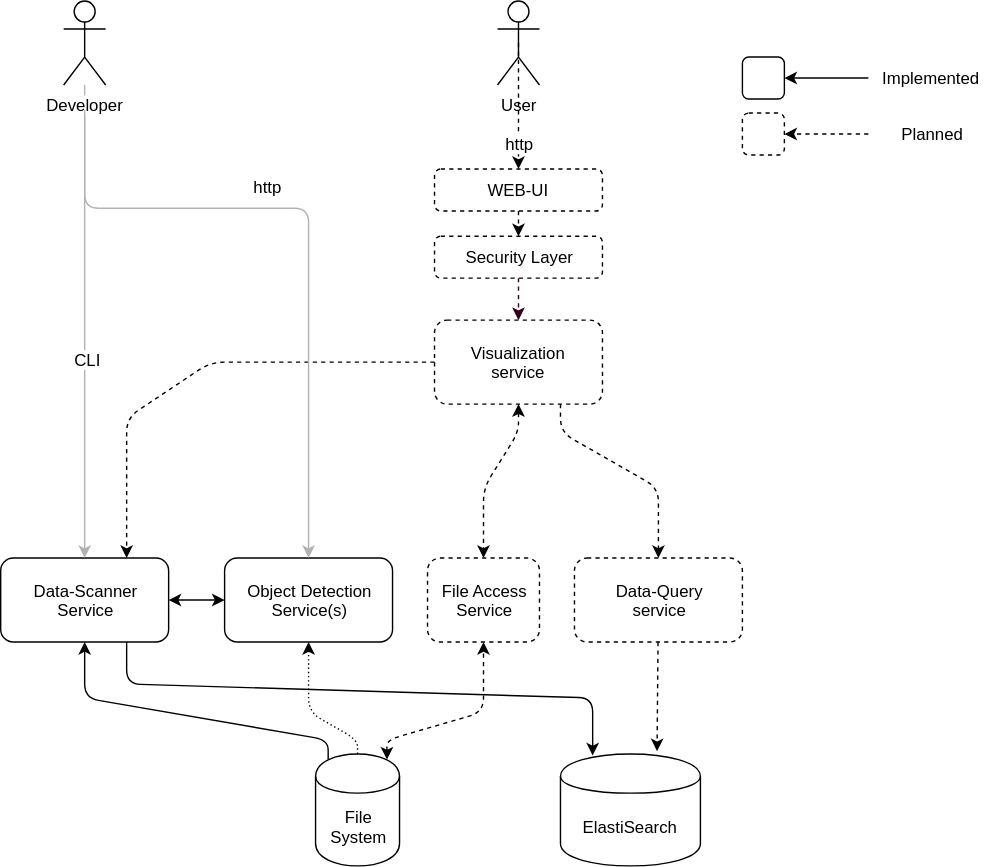
This is docs/architecture-01.svg from jveverka/data-lab, a draw.io export, as it was before one commit. Source tidied: cells renumbered, new cells last; positions are measured from the earlier drawing's top-left corner, leaving out a move shared by most shapes.
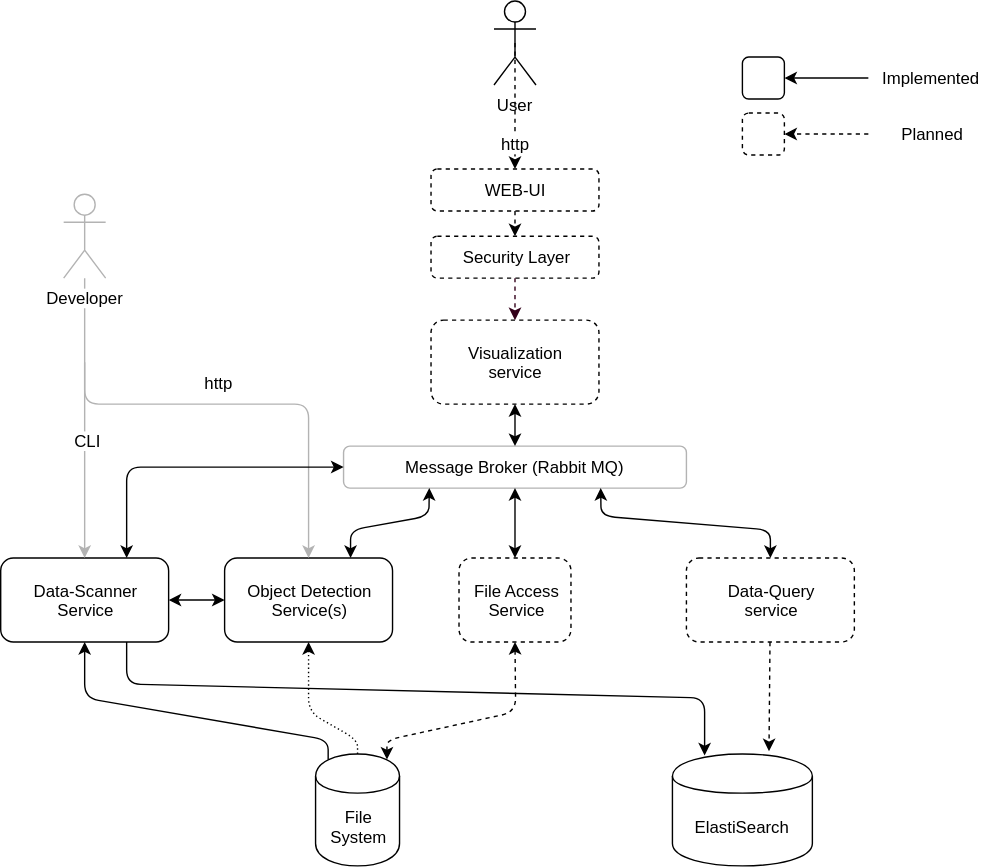
The same diagram one commit later.

Diff of the diagram source:
```diff
@@ -17,13 +17,13 @@
       </mxGeometry>
     </mxCell>
     <mxCell id="5" value="ElastiSearch" style="shape=cylinder;whiteSpace=wrap;html=1;boundedLbl=1;backgroundOutline=1;" parent="1" vertex="1">
-      <mxGeometry x="400" y="538" width="100" height="80" as="geometry" />
+      <mxGeometry x="480" y="538" width="100" height="80" as="geometry" />
     </mxCell>
     <mxCell id="6" style="endArrow=classic;html=1;entryX=0.23;entryY=0.013;entryDx=0;entryDy=0;exitX=0.75;exitY=1;exitDx=0;exitDy=0;entryPerimeter=0;" parent="1" edge="1" source="2" target="5">
       <mxGeometry relative="1" as="geometry">
         <Array as="points">
           <mxPoint x="90" y="488" />
-          <mxPoint x="423" y="498" />
+          <mxPoint x="503" y="498" />
         </Array>
       </mxGeometry>
     </mxCell>
@@ -33,38 +33,30 @@
     <mxCell id="8" value="CLI" style="text;html=1;align=center;verticalAlign=middle;labelBackgroundColor=#ffffff;" parent="7" vertex="1">
       <mxGeometry x="0.15" y="2" relative="1" as="geometry" />
     </mxCell>
-    <mxCell id="9" value="Developer" style="shape=umlActor;verticalLabelPosition=bottom;labelBackgroundColor=#ffffff;verticalAlign=top;html=1;outlineConnect=0;" parent="1" vertex="1">
-      <mxGeometry x="45" width="30" height="60" as="geometry" />
+    <mxCell id="9" value="Developer" style="shape=umlActor;verticalLabelPosition=bottom;labelBackgroundColor=#ffffff;verticalAlign=top;html=1;outlineConnect=0;strokeColor=#B3B3B3;" parent="1" vertex="1">
+      <mxGeometry x="45" y="138" width="30" height="60" as="geometry" />
     </mxCell>
     <mxCell id="10" value="Data-Query&lt;br&gt;service" style="rounded=1;whiteSpace=wrap;html=1;dashed=1;" parent="1" vertex="1">
-      <mxGeometry x="410" y="398" width="120" height="60" as="geometry" />
+      <mxGeometry x="490" y="398" width="120" height="60" as="geometry" />
     </mxCell>
     <mxCell id="11" style="endArrow=classic;html=1;entryX=0.69;entryY=-0.025;entryDx=0;entryDy=0;entryPerimeter=0;dashed=1;" parent="1" edge="1" source="10" target="5">
       <mxGeometry relative="1" as="geometry" />
     </mxCell>
     <mxCell id="12" value="Visualization&lt;br&gt;service" style="rounded=1;whiteSpace=wrap;html=1;dashed=1;" parent="1" vertex="1">
-      <mxGeometry x="310" y="228" width="120" height="60" as="geometry" />
+      <mxGeometry x="307.5" y="228" width="120" height="60" as="geometry" />
     </mxCell>
-    <mxCell id="13" style="endArrow=classic;html=1;exitX=0.75;exitY=1;exitDx=0;exitDy=0;entryX=0.5;entryY=0;entryDx=0;entryDy=0;dashed=1;" parent="1" edge="1" source="12" target="10">
-      <mxGeometry relative="1" as="geometry">
-        <Array as="points">
-          <mxPoint x="400" y="308" />
-          <mxPoint x="470" y="348" />
-        </Array>
-      </mxGeometry>
-    </mxCell>
     <mxCell id="14" value="Object Detection&lt;br&gt;Service(s)" style="rounded=1;whiteSpace=wrap;html=1;" parent="1" vertex="1">
       <mxGeometry x="160" y="398" width="120" height="60" as="geometry" />
     </mxCell>
     <mxCell id="15" value="User" style="shape=umlActor;verticalLabelPosition=bottom;labelBackgroundColor=#ffffff;verticalAlign=top;html=1;" parent="1" vertex="1">
-      <mxGeometry x="355" width="30" height="60" as="geometry" />
+      <mxGeometry x="352.5" width="30" height="60" as="geometry" />
     </mxCell>
     <mxCell id="16" value="WEB-UI" style="rounded=1;whiteSpace=wrap;html=1;dashed=1;" parent="1" vertex="1">
-      <mxGeometry x="310" y="120" width="120" height="30" as="geometry" />
+      <mxGeometry x="307.5" y="120" width="120" height="30" as="geometry" />
     </mxCell>
     <mxCell id="17" style="endArrow=classic;html=1;entryX=0.5;entryY=0;entryDx=0;entryDy=0;dashed=1;" parent="1" edge="1" target="16">
       <mxGeometry relative="1" as="geometry">
-        <mxPoint x="370" y="30" as="sourcePoint" />
+        <mxPoint x="367.5" y="30" as="sourcePoint" />
       </mxGeometry>
     </mxCell>
     <mxCell id="18" value="http" style="text;html=1;align=center;verticalAlign=middle;labelBackgroundColor=#ffffff;" parent="17" vertex="1">
@@ -81,23 +73,15 @@
         </Array>
       </mxGeometry>
     </mxCell>
-    <mxCell id="21" style="endArrow=classic;html=1;entryX=0.75;entryY=0;entryDx=0;entryDy=0;exitX=0;exitY=0.5;exitDx=0;exitDy=0;dashed=1;" parent="1" edge="1" source="12" target="2">
-      <mxGeometry relative="1" as="geometry">
-        <Array as="points">
-          <mxPoint x="150" y="258" />
-          <mxPoint x="90" y="298" />
-        </Array>
-      </mxGeometry>
-    </mxCell>
     <mxCell id="22" style="endArrow=classic;html=1;entryX=1;entryY=0.5;entryDx=0;entryDy=0;exitX=0;exitY=0.5;exitDx=0;exitDy=0;startArrow=classic;startFill=1;" parent="1" edge="1" source="14" target="2">
       <mxGeometry relative="1" as="geometry" />
     </mxCell>
     <mxCell id="23" style="endArrow=classic;html=1;entryX=0.5;entryY=0;entryDx=0;entryDy=0;strokeColor=#B3B3B3;" parent="1" edge="1" target="14">
       <mxGeometry relative="1" as="geometry">
-        <mxPoint x="60" y="78" as="sourcePoint" />
+        <mxPoint x="60" y="258" as="sourcePoint" />
         <Array as="points">
-          <mxPoint x="60" y="148" />
-          <mxPoint x="220" y="148" />
+          <mxPoint x="60" y="288" />
+          <mxPoint x="220" y="288" />
         </Array>
       </mxGeometry>
     </mxCell>
@@ -129,29 +113,53 @@
       <mxGeometry x="620" y="85" width="90" height="20" as="geometry" />
     </mxCell>
     <mxCell id="31" value="File Access&lt;br&gt;Service" style="rounded=1;whiteSpace=wrap;html=1;dashed=1;" parent="1" vertex="1">
-      <mxGeometry x="305" y="398" width="80" height="60" as="geometry" />
+      <mxGeometry x="327.5" y="398" width="80" height="60" as="geometry" />
     </mxCell>
-    <mxCell id="32" style="endArrow=classic;html=1;exitX=0.5;exitY=1;exitDx=0;exitDy=0;entryX=0.5;entryY=0;entryDx=0;entryDy=0;startArrow=classic;startFill=1;dashed=1;" parent="1" edge="1" source="12" target="31">
-      <mxGeometry relative="1" as="geometry">
-        <Array as="points">
-          <mxPoint x="370" y="308" />
-          <mxPoint x="345" y="348" />
-        </Array>
-      </mxGeometry>
-    </mxCell>
     <mxCell id="33" style="endArrow=classic;html=1;dashed=1;entryX=0.5;entryY=1;entryDx=0;entryDy=0;exitX=0.85;exitY=0.05;exitDx=0;exitDy=0;exitPerimeter=0;startArrow=classic;startFill=1;" parent="1" edge="1" source="3" target="31">
       <mxGeometry relative="1" as="geometry">
         <Array as="points">
           <mxPoint x="276" y="528" />
-          <mxPoint x="345" y="508" />
+          <mxPoint x="368" y="508" />
         </Array>
       </mxGeometry>
     </mxCell>
     <mxCell id="34" value="Security Layer" style="rounded=1;whiteSpace=wrap;html=1;dashed=1;" parent="1" vertex="1">
-      <mxGeometry x="310" y="168" width="120" height="30" as="geometry" />
+      <mxGeometry x="307.5" y="168" width="120" height="30" as="geometry" />
     </mxCell>
     <mxCell id="35" style="endArrow=classic;html=1;dashed=1;strokeColor=#33001A;entryX=0.5;entryY=0;entryDx=0;entryDy=0;exitX=0.5;exitY=1;exitDx=0;exitDy=0;" parent="1" edge="1" source="34" target="12">
       <mxGeometry relative="1" as="geometry" />
     </mxCell>
+    <mxCell id="36" value="Message Broker (Rabbit MQ)" style="rounded=1;whiteSpace=wrap;html=1;strokeColor=#B3B3B3;" parent="1" vertex="1">
+      <mxGeometry x="245" y="318" width="245" height="30" as="geometry" />
+    </mxCell>
+    <mxCell id="37" style="endArrow=classic;startArrow=classic;html=1;entryX=0;entryY=0.5;entryDx=0;entryDy=0;exitX=0.75;exitY=0;exitDx=0;exitDy=0;" parent="1" edge="1" source="2" target="36">
+      <mxGeometry relative="1" as="geometry">
+        <Array as="points">
+          <mxPoint x="90" y="333" />
+        </Array>
+      </mxGeometry>
+    </mxCell>
+    <mxCell id="38" style="endArrow=classic;startArrow=classic;html=1;entryX=0.25;entryY=1;entryDx=0;entryDy=0;exitX=0.75;exitY=0;exitDx=0;exitDy=0;" parent="1" edge="1" source="14" target="36">
+      <mxGeometry relative="1" as="geometry">
+        <Array as="points">
+          <mxPoint x="250" y="378" />
+          <mxPoint x="306" y="368" />
+        </Array>
+      </mxGeometry>
+    </mxCell>
+    <mxCell id="39" style="endArrow=classic;startArrow=classic;html=1;entryX=0.5;entryY=1;entryDx=0;entryDy=0;exitX=0.5;exitY=0;exitDx=0;exitDy=0;" parent="1" edge="1" source="31" target="36">
+      <mxGeometry relative="1" as="geometry" />
+    </mxCell>
+    <mxCell id="40" style="endArrow=classic;startArrow=classic;html=1;entryX=0.75;entryY=1;entryDx=0;entryDy=0;exitX=0.5;exitY=0;exitDx=0;exitDy=0;" parent="1" edge="1" source="10" target="36">
+      <mxGeometry relative="1" as="geometry">
+        <Array as="points">
+          <mxPoint x="550" y="378" />
+          <mxPoint x="429" y="368" />
+        </Array>
+      </mxGeometry>
+    </mxCell>
+    <mxCell id="41" style="endArrow=classic;startArrow=classic;html=1;entryX=0.5;entryY=1;entryDx=0;entryDy=0;exitX=0.5;exitY=0;exitDx=0;exitDy=0;" parent="1" edge="1" source="36" target="12">
+      <mxGeometry relative="1" as="geometry" />
+    </mxCell>
   </root>
 </mxGraphModel>
```
